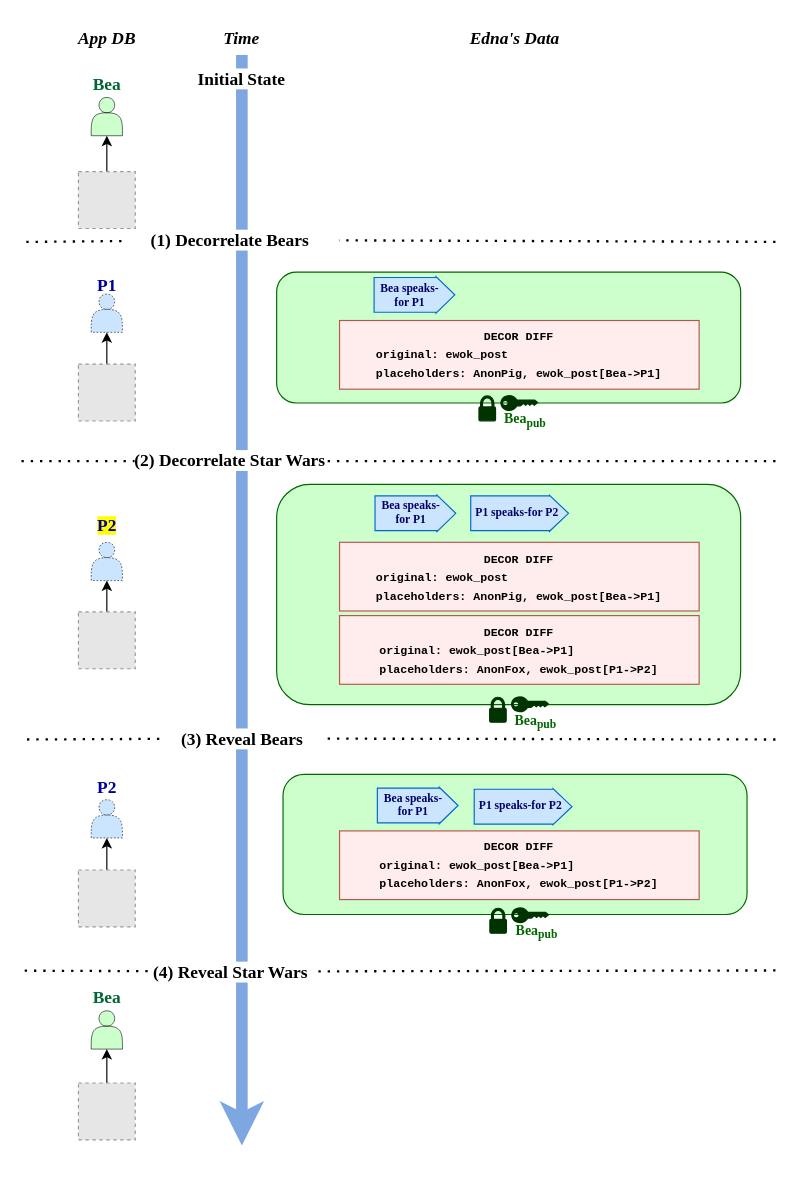
Earlier version of the draw.io diagram page "composition" (20 of 21) of thesis/figs/edna.drawio (tslilyai/thesis). Source tidied: cells renumbered, new cells numbered last; positions are measured from the earlier drawing's top-left corner, leaving out a move shared by most shapes. Both pictures are drawn from the tidied source at 116%, with x=0, y=0 at pixel (21, 20). Pictures stored in the file or linked from it are replaced by grey dashed boxes.
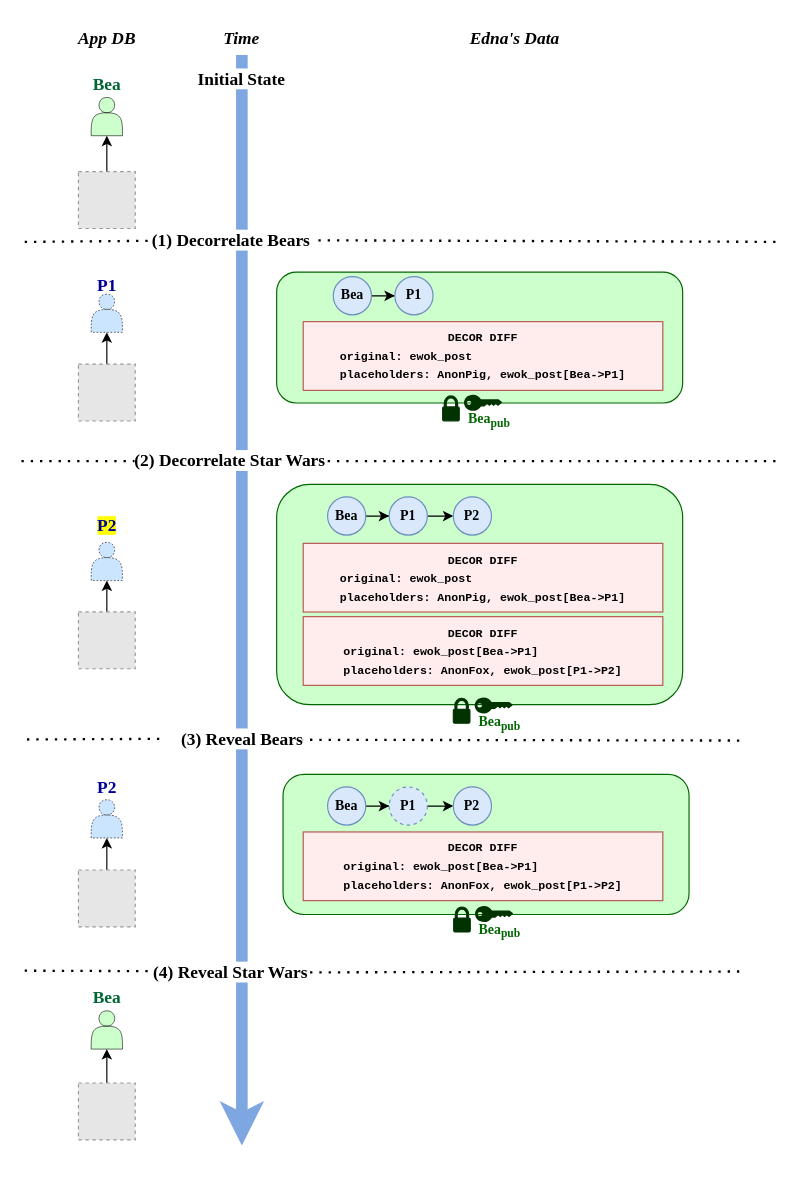
The same diagram, later.

Unchanged cells that the change refers to:
```xml
<mxCell id="14" value="(3) Reveal Bears" style="text;html=1;align=center;verticalAlign=middle;whiteSpace=wrap;rounded=0;fontStyle=1;fontSize=15;fontFamily=Times New Roman;labelBackgroundColor=default;" parent="1" vertex="1">
  <mxGeometry x="118.8" y="609.1" width="142.5" height="20" as="geometry" />
</mxCell>
<mxCell id="16" value="(4) Reveal Star Wars" style="text;html=1;align=center;verticalAlign=middle;whiteSpace=wrap;rounded=0;fontStyle=1;fontSize=15;fontFamily=Times New Roman;labelBackgroundColor=default;" parent="1" vertex="1">
  <mxGeometry x="108.8" y="810" width="142.5" height="20" as="geometry" />
</mxCell>
```

Diff of the diagram source:
```diff
@@
     <mxCell id="10" value="(1)&amp;nbsp;Decorrelate Bears" style="text;html=1;align=center;verticalAlign=middle;whiteSpace=wrap;rounded=0;fontStyle=1;fontSize=15;fontFamily=Times New Roman;labelBackgroundColor=default;spacing=0;" parent="1" vertex="1">
-      <mxGeometry x="86.2" y="179.4" width="187.5" height="20" as="geometry" />
+      <mxGeometry x="108.8" y="179.4" width="143.8" height="20" as="geometry" />
     </mxCell>
@@
-    <mxCell id="13" style="endArrow=none;dashed=1;html=1;dashPattern=1 3;strokeWidth=2;rounded=0;fontSize=15;" parent="1" edge="1" target="14">
+    <mxCell id="13" style="endArrow=none;dashed=1;html=1;dashPattern=1 3;strokeWidth=2;rounded=0;fontSize=15;" parent="1" edge="1">
       <mxGeometry relative="1" as="geometry">
-        <mxPoint x="650" y="620" as="sourcePoint" />
+        <mxPoint x="618.8" y="620.9" as="sourcePoint" />
+        <mxPoint x="230" y="620.2" as="targetPoint" />
       </mxGeometry>
     </mxCell>
@@
-    <mxCell id="15" style="endArrow=none;dashed=1;html=1;dashPattern=1 3;strokeWidth=2;rounded=0;fontSize=15;" parent="1" edge="1" target="16">
+    <mxCell id="15" style="endArrow=none;dashed=1;html=1;dashPattern=1 3;strokeWidth=2;rounded=0;fontSize=15;" parent="1" edge="1">
       <mxGeometry relative="1" as="geometry">
-        <mxPoint x="650" y="819.1" as="sourcePoint" />
+        <mxPoint x="618.8" y="820" as="sourcePoint" />
+        <mxPoint x="220" y="820.8" as="targetPoint" />
       </mxGeometry>
     </mxCell>
@@
     <mxCell id="38" style="rounded=1;whiteSpace=wrap;html=1;fontFamily=Times New Roman;fontSize=9;strokeColor=#006600;strokeWidth=1;fillColor=#CCFFCC;" parent="1" vertex="1">
-      <mxGeometry x="220" y="217.1" width="400" height="112.8" as="geometry" />
+      <mxGeometry x="220" y="217.1" width="350" height="112.8" as="geometry" />
     </mxCell>
     <mxCell id="39" value="&lt;div style=&quot;&quot;&gt;&lt;font style=&quot;font-size: 12px;&quot;&gt;Bea&lt;/font&gt;&lt;sub style=&quot;&quot;&gt;&lt;font style=&quot;font-size: 10px;&quot;&gt;pub&lt;/font&gt;&lt;/sub&gt;&lt;br style=&quot;font-size: 11px;&quot;&gt;&lt;/div&gt;" style="verticalLabelPosition=bottom;sketch=0;html=1;verticalAlign=top;align=center;shape=mxgraph.cisco19.key;fillColor=#003300;strokeColor=#006600;fontSize=11;fontColor=#006600;spacingLeft=10;spacingTop=-7;fontStyle=1;fontFamily=Times New Roman;spacingBottom=3;" parent="1" vertex="1">
-      <mxGeometry x="412.8" y="323" width="32.9" height="13.8" as="geometry" />
+      <mxGeometry x="381.5" y="322.9" width="32.9" height="13.8" as="geometry" />
     </mxCell>
     <mxCell id="40" style="shadow=0;dashed=0;html=1;fillColor=#003300;labelPosition=center;verticalLabelPosition=bottom;verticalAlign=top;align=center;shape=mxgraph.office.security.lock_protected;fontColor=#ffffff;strokeColor=#003300;fontStyle=1;fontFamily=Times New Roman;" parent="1" vertex="1">
-      <mxGeometry x="394.4" y="323.8" width="14.3" height="21.5" as="geometry" />
+      <mxGeometry x="363.1" y="323.8" width="14.3" height="21.5" as="geometry" />
     </mxCell>
     <mxCell id="41" value="&lt;p style=&quot;border-color: var(--border-color); line-height: 50%;&quot;&gt;&lt;font style=&quot;border-color: var(--border-color); font-size: 10px;&quot; face=&quot;Courier New&quot;&gt;&lt;span style=&quot;border-color: var(--border-color);&quot;&gt;DECOR DIFF&lt;/span&gt;&lt;/font&gt;&lt;/p&gt;&lt;p style=&quot;text-align: left; border-color: var(--border-color); line-height: 50%;&quot;&gt;&lt;font style=&quot;font-size: 10px;&quot; face=&quot;Courier New&quot;&gt;original: ewok_post&lt;/font&gt;&lt;/p&gt;&lt;p style=&quot;text-align: left; border-color: var(--border-color); line-height: 50%;&quot;&gt;&lt;span style=&quot;font-family: &amp;quot;Courier New&amp;quot;; background-color: initial;&quot;&gt;&lt;font style=&quot;font-size: 10px;&quot;&gt;placeholders: AnonPig, ewok_post[Bea-&amp;gt;P1]&lt;/font&gt;&lt;/span&gt;&lt;/p&gt;" style="rounded=0;whiteSpace=wrap;html=1;spacing=4;fontSize=10;fontFamily=Times New Roman;fillColor=#FFEDED;strokeColor=#b85450;spacingBottom=0;fontStyle=1;" parent="1" vertex="1">
-      <mxGeometry x="274.2" y="258.8" width="310" height="59.2" as="geometry" />
+      <mxGeometry x="242.9" y="259.8" width="310" height="59.2" as="geometry" />
     </mxCell>
     <mxCell id="42" style="rounded=1;whiteSpace=wrap;html=1;fontFamily=Times New Roman;fontSize=9;strokeColor=#006600;strokeWidth=1;fillColor=#CCFFCC;" parent="1" vertex="1">
-      <mxGeometry x="220" y="400" width="400" height="190" as="geometry" />
+      <mxGeometry x="220" y="400" width="350" height="190" as="geometry" />
     </mxCell>
-    <mxCell id="43" style="shape=flexArrow;endArrow=classic;html=1;rounded=0;width=30;endSize=5.073170731707318;spacing=0;align=left;strokeColor=#0067CF;fillColor=#cce5ff;entryX=1;entryY=0.75;entryDx=0;entryDy=0;endWidth=0.48780487804878053;" parent="1" edge="1">
-      <mxGeometry relative="1" as="geometry">
-        <mxPoint x="304.3" y="425" as="sourcePoint" />
-        <mxPoint x="374.9" y="425" as="targetPoint" />
-      </mxGeometry>
-    </mxCell>
     <mxCell id="44" value="&lt;div style=&quot;&quot;&gt;&lt;font style=&quot;font-size: 12px;&quot;&gt;Bea&lt;/font&gt;&lt;sub style=&quot;&quot;&gt;&lt;font style=&quot;font-size: 10px;&quot;&gt;pub&lt;/font&gt;&lt;/sub&gt;&lt;br style=&quot;font-size: 11px;&quot;&gt;&lt;/div&gt;" style="verticalLabelPosition=bottom;sketch=0;html=1;verticalAlign=top;align=center;shape=mxgraph.cisco19.key;fillColor=#003300;strokeColor=#006600;fontSize=11;fontColor=#006600;spacingLeft=10;spacingTop=-7;fontStyle=1;fontFamily=Times New Roman;spacingBottom=3;" parent="1" vertex="1">
-      <mxGeometry x="422" y="582.8" width="32.9" height="13.8" as="geometry" />
+      <mxGeometry x="390.7" y="583.7" width="32.9" height="13.8" as="geometry" />
     </mxCell>
     <mxCell id="45" style="shadow=0;dashed=0;html=1;fillColor=#003300;labelPosition=center;verticalLabelPosition=bottom;verticalAlign=top;align=center;shape=mxgraph.office.security.lock_protected;fontColor=#ffffff;strokeColor=#003300;fontStyle=1;fontFamily=Times New Roman;" parent="1" vertex="1">
-      <mxGeometry x="403.6" y="583.6" width="14.3" height="21.5" as="geometry" />
+      <mxGeometry x="372.3" y="584.5" width="14.3" height="21.5" as="geometry" />
     </mxCell>
     <mxCell id="46" value="&lt;p style=&quot;border-color: var(--border-color); line-height: 50%;&quot;&gt;&lt;font style=&quot;border-color: var(--border-color); font-size: 10px;&quot; face=&quot;Courier New&quot;&gt;&lt;span style=&quot;border-color: var(--border-color);&quot;&gt;DECOR DIFF&lt;/span&gt;&lt;/font&gt;&lt;/p&gt;&lt;p style=&quot;text-align: left; border-color: var(--border-color); line-height: 50%;&quot;&gt;&lt;font style=&quot;font-size: 10px;&quot; face=&quot;Courier New&quot;&gt;original: ewok_post&lt;/font&gt;&lt;/p&gt;&lt;p style=&quot;text-align: left; border-color: var(--border-color); line-height: 50%;&quot;&gt;&lt;span style=&quot;font-family: &amp;quot;Courier New&amp;quot;; background-color: initial;&quot;&gt;&lt;font style=&quot;font-size: 10px;&quot;&gt;placeholders: AnonPig, ewok_post[Bea-&amp;gt;P1]&lt;/font&gt;&lt;/span&gt;&lt;/p&gt;" style="rounded=0;whiteSpace=wrap;html=1;spacing=4;fontSize=10;fontFamily=Times New Roman;fillColor=#FFEDED;strokeColor=#b85450;spacingBottom=0;fontStyle=1;" parent="1" vertex="1">
-      <mxGeometry x="274.2" y="450" width="310" height="59.2" as="geometry" />
+      <mxGeometry x="242.9" y="450.9" width="310" height="59.2" as="geometry" />
     </mxCell>
-    <mxCell id="47" style="shape=flexArrow;endArrow=classic;html=1;rounded=0;width=30;endSize=5.121951219512195;spacing=0;align=left;strokeColor=#0067CF;fillColor=#cce5ff;endWidth=0;" parent="1" edge="1">
-      <mxGeometry relative="1" as="geometry">
-        <mxPoint x="386.8" y="425" as="sourcePoint" />
-        <mxPoint x="472.1" y="425" as="targetPoint" />
-      </mxGeometry>
-    </mxCell>
-    <mxCell id="48" style="shape=flexArrow;endArrow=classic;html=1;rounded=0;width=30;endSize=5.073170731707318;spacing=0;align=left;strokeColor=#0067CF;fillColor=#cce5ff;entryX=1;entryY=0.75;entryDx=0;entryDy=0;endWidth=0.48780487804878053;" parent="1" edge="1">
-      <mxGeometry relative="1" as="geometry">
-        <mxPoint x="303.5" y="236.7" as="sourcePoint" />
-        <mxPoint x="374.1" y="236.7" as="targetPoint" />
-      </mxGeometry>
-    </mxCell>
     <mxCell id="49" value="&lt;p style=&quot;border-color: var(--border-color); line-height: 50%;&quot;&gt;&lt;font style=&quot;border-color: var(--border-color); font-size: 10px;&quot; face=&quot;Courier New&quot;&gt;&lt;span style=&quot;border-color: var(--border-color);&quot;&gt;DECOR DIFF&lt;/span&gt;&lt;/font&gt;&lt;/p&gt;&lt;p style=&quot;text-align: left; border-color: var(--border-color); line-height: 50%;&quot;&gt;&lt;font style=&quot;font-size: 10px;&quot; face=&quot;Courier New&quot;&gt;original: ewok_post[Bea-&amp;gt;P1]&lt;/font&gt;&lt;/p&gt;&lt;p style=&quot;text-align: left; border-color: var(--border-color); line-height: 50%;&quot;&gt;&lt;span style=&quot;font-family: &amp;quot;Courier New&amp;quot;; background-color: initial;&quot;&gt;&lt;font style=&quot;font-size: 10px;&quot;&gt;placeholders: AnonFox, ewok_post[P1-&amp;gt;P2]&lt;/font&gt;&lt;/span&gt;&lt;/p&gt;" style="rounded=0;whiteSpace=wrap;html=1;spacing=4;fontSize=10;fontFamily=Times New Roman;fillColor=#FFEDED;strokeColor=#b85450;spacingBottom=0;fontStyle=1;" parent="1" vertex="1">
-      <mxGeometry x="274.2" y="513.2" width="310" height="59.2" as="geometry" />
+      <mxGeometry x="242.9" y="514.1" width="310" height="59.2" as="geometry" />
     </mxCell>
     <mxCell id="50" style="rounded=1;whiteSpace=wrap;html=1;fontFamily=Times New Roman;fontSize=9;strokeColor=#006600;strokeWidth=1;fillColor=#CCFFCC;" parent="1" vertex="1">
-      <mxGeometry x="225.5" y="650" width="400" height="120.9" as="geometry" />
+      <mxGeometry x="225.5" y="650" width="350" height="120.9" as="geometry" />
     </mxCell>
     <mxCell id="51" value="&lt;p style=&quot;border-color: var(--border-color); line-height: 50%;&quot;&gt;&lt;font style=&quot;border-color: var(--border-color); font-size: 10px;&quot; face=&quot;Courier New&quot;&gt;&lt;span style=&quot;border-color: var(--border-color);&quot;&gt;DECOR DIFF&lt;/span&gt;&lt;/font&gt;&lt;/p&gt;&lt;p style=&quot;text-align: left; border-color: var(--border-color); line-height: 50%;&quot;&gt;&lt;font style=&quot;font-size: 10px;&quot; face=&quot;Courier New&quot;&gt;original: ewok_post[Bea-&amp;gt;P1]&lt;/font&gt;&lt;/p&gt;&lt;p style=&quot;text-align: left; border-color: var(--border-color); line-height: 50%;&quot;&gt;&lt;span style=&quot;font-family: &amp;quot;Courier New&amp;quot;; background-color: initial;&quot;&gt;&lt;font style=&quot;font-size: 10px;&quot;&gt;placeholders: AnonFox, ewok_post[P1-&amp;gt;P2]&lt;/font&gt;&lt;/span&gt;&lt;/p&gt;" style="rounded=0;whiteSpace=wrap;html=1;spacing=4;fontSize=10;fontFamily=Times New Roman;fillColor=#FFEDED;strokeColor=#b85450;spacingBottom=0;fontStyle=1;" parent="1" vertex="1">
-      <mxGeometry x="274.2" y="698.8" width="310" height="59.2" as="geometry" />
+      <mxGeometry x="242.9" y="699.7" width="310" height="59.2" as="geometry" />
     </mxCell>
     <mxCell id="52" value="&lt;div style=&quot;&quot;&gt;&lt;font style=&quot;font-size: 12px;&quot;&gt;Bea&lt;/font&gt;&lt;sub style=&quot;&quot;&gt;&lt;font style=&quot;font-size: 10px;&quot;&gt;pub&lt;/font&gt;&lt;/sub&gt;&lt;br style=&quot;font-size: 11px;&quot;&gt;&lt;/div&gt;" style="verticalLabelPosition=bottom;sketch=0;html=1;verticalAlign=top;align=center;shape=mxgraph.cisco19.key;fillColor=#003300;strokeColor=#006600;fontSize=11;fontColor=#006600;spacingLeft=10;spacingTop=-7;fontStyle=1;fontFamily=Times New Roman;spacingBottom=3;" parent="1" vertex="1">
-      <mxGeometry x="422.2" y="764.6" width="32.9" height="13.8" as="geometry" />
+      <mxGeometry x="391" y="763.6" width="32.9" height="13.8" as="geometry" />
     </mxCell>
     <mxCell id="53" style="shadow=0;dashed=0;html=1;fillColor=#003300;labelPosition=center;verticalLabelPosition=bottom;verticalAlign=top;align=center;shape=mxgraph.office.security.lock_protected;fontColor=#ffffff;strokeColor=#003300;fontStyle=1;fontFamily=Times New Roman;" parent="1" vertex="1">
-      <mxGeometry x="403.8" y="765.5" width="14.3" height="21.5" as="geometry" />
+      <mxGeometry x="372.6" y="764.4" width="14.3" height="21.5" as="geometry" />
     </mxCell>
-    <mxCell id="54" style="shape=flexArrow;endArrow=classic;html=1;rounded=0;width=30;endSize=5.073170731707318;spacing=0;align=left;strokeColor=#0067CF;fillColor=#cce5ff;entryX=1;entryY=0.75;entryDx=0;entryDy=0;endWidth=0.48780487804878053;" parent="1" edge="1">
-      <mxGeometry relative="1" as="geometry">
-        <mxPoint x="306.3" y="676.9" as="sourcePoint" />
-        <mxPoint x="376.9" y="676.9" as="targetPoint" />
-      </mxGeometry>
-    </mxCell>
-    <mxCell id="55" value="Bea speaks-for P1" style="text;fontSize=10;fontFamily=Times New Roman;align=center;whiteSpace=wrap;html=1;fontColor=#000066;fontStyle=1;" parent="1" vertex="1">
-      <mxGeometry x="308.4" y="657.9" width="59.6" height="20" as="geometry" />
-    </mxCell>
-    <mxCell id="56" style="shape=flexArrow;endArrow=classic;html=1;rounded=0;width=30;endSize=5.121951219512195;spacing=0;align=left;strokeColor=#0067CF;fillColor=#cce5ff;endWidth=0;" parent="1" edge="1">
-      <mxGeometry relative="1" as="geometry">
-        <mxPoint x="389.8" y="677.9" as="sourcePoint" />
-        <mxPoint x="475.1" y="677.9" as="targetPoint" />
-      </mxGeometry>
-    </mxCell>
-    <mxCell id="57" value="P1 speaks-for P2" style="text;fontSize=10;fontFamily=Times New Roman;align=center;whiteSpace=wrap;html=1;fontColor=#000066;fontStyle=1;" parent="1" vertex="1">
-      <mxGeometry x="388.9" y="663.9" width="83.2" height="20" as="geometry" />
-    </mxCell>
-    <mxCell id="58" value="Bea speaks-for P1" style="text;fontSize=10;fontFamily=Times New Roman;align=center;whiteSpace=wrap;html=1;fontColor=#000066;fontStyle=1;" parent="1" vertex="1">
-      <mxGeometry x="305.6" y="406" width="59.6" height="20" as="geometry" />
-    </mxCell>
-    <mxCell id="59" value="P1 speaks-for P2" style="text;fontSize=10;fontFamily=Times New Roman;align=center;whiteSpace=wrap;html=1;fontColor=#000066;fontStyle=1;" parent="1" vertex="1">
-      <mxGeometry x="386.1" y="412" width="83.2" height="20" as="geometry" />
-    </mxCell>
-    <mxCell id="60" value="Bea speaks-for P1" style="text;fontSize=10;fontFamily=Times New Roman;align=center;whiteSpace=wrap;html=1;fontColor=#000066;fontStyle=1;" parent="1" vertex="1">
-      <mxGeometry x="305.2" y="219.2" width="59.6" height="20" as="geometry" />
-    </mxCell>
+    <mxCell id="61" style="edgeStyle=orthogonalEdgeStyle;rounded=0;jettySize=auto;html=1;" parent="1" edge="1" source="62" target="63">
+      <mxGeometry relative="1" as="geometry" />
+    </mxCell>
+    <mxCell id="62" value="&lt;font face=&quot;Times New Roman&quot;&gt;Bea&lt;/font&gt;" style="ellipse;whiteSpace=wrap;html=1;fontStyle=1;fillColor=#dae8fc;strokeColor=#6c8ebf;" parent="1" vertex="1">
+      <mxGeometry x="268.8" y="221" width="32.9" height="32.9" as="geometry" />
+    </mxCell>
+    <mxCell id="63" value="&lt;font face=&quot;Times New Roman&quot;&gt;P1&lt;/font&gt;" style="ellipse;whiteSpace=wrap;html=1;fontStyle=1;fillColor=#dae8fc;strokeColor=#6c8ebf;" parent="1" vertex="1">
+      <mxGeometry x="321.9" y="221" width="32.9" height="32.9" as="geometry" />
+    </mxCell>
+    <mxCell id="64" style="edgeStyle=orthogonalEdgeStyle;rounded=0;jettySize=auto;html=1;" parent="1" edge="1" source="65" target="67">
+      <mxGeometry relative="1" as="geometry" />
+    </mxCell>
+    <mxCell id="65" value="&lt;font face=&quot;Times New Roman&quot;&gt;Bea&lt;/font&gt;" style="ellipse;whiteSpace=wrap;html=1;fontStyle=1;fillColor=#dae8fc;strokeColor=#6c8ebf;" parent="1" vertex="1">
+      <mxGeometry x="263.9" y="410.9" width="32.9" height="32.9" as="geometry" />
+    </mxCell>
+    <mxCell id="66" style="edgeStyle=orthogonalEdgeStyle;rounded=0;jettySize=auto;html=1;" parent="1" edge="1" source="67" target="68">
+      <mxGeometry relative="1" as="geometry" />
+    </mxCell>
+    <mxCell id="67" value="&lt;font face=&quot;Times New Roman&quot;&gt;P1&lt;/font&gt;" style="ellipse;whiteSpace=wrap;html=1;fontStyle=1;fillColor=#dae8fc;strokeColor=#6c8ebf;" parent="1" vertex="1">
+      <mxGeometry x="317" y="410.9" width="32.9" height="32.9" as="geometry" />
+    </mxCell>
+    <mxCell id="68" value="&lt;font face=&quot;Times New Roman&quot;&gt;P2&lt;/font&gt;" style="ellipse;whiteSpace=wrap;html=1;fontStyle=1;fillColor=#dae8fc;strokeColor=#6c8ebf;" parent="1" vertex="1">
+      <mxGeometry x="372.3" y="410.9" width="32.9" height="32.9" as="geometry" />
+    </mxCell>
+    <mxCell id="69" style="edgeStyle=orthogonalEdgeStyle;rounded=0;jettySize=auto;html=1;" parent="1" edge="1" source="70" target="72">
+      <mxGeometry relative="1" as="geometry" />
+    </mxCell>
+    <mxCell id="70" value="&lt;font face=&quot;Times New Roman&quot;&gt;Bea&lt;/font&gt;" style="ellipse;whiteSpace=wrap;html=1;fontStyle=1;fillColor=#dae8fc;strokeColor=#6c8ebf;" parent="1" vertex="1">
+      <mxGeometry x="263.9" y="660.9" width="32.9" height="32.9" as="geometry" />
+    </mxCell>
+    <mxCell id="71" style="edgeStyle=orthogonalEdgeStyle;rounded=0;jettySize=auto;html=1;" parent="1" edge="1" source="72" target="73">
+      <mxGeometry relative="1" as="geometry" />
+    </mxCell>
+    <mxCell id="72" value="&lt;font face=&quot;Times New Roman&quot;&gt;P1&lt;/font&gt;" style="ellipse;whiteSpace=wrap;html=1;fontStyle=1;fillColor=#dae8fc;strokeColor=#6c8ebf;dashed=1;" parent="1" vertex="1">
+      <mxGeometry x="317" y="660.9" width="32.9" height="32.9" as="geometry" />
+    </mxCell>
+    <mxCell id="73" value="&lt;font face=&quot;Times New Roman&quot;&gt;P2&lt;/font&gt;" style="ellipse;whiteSpace=wrap;html=1;fontStyle=1;fillColor=#dae8fc;strokeColor=#6c8ebf;" parent="1" vertex="1">
+      <mxGeometry x="372.3" y="660.9" width="32.9" height="32.9" as="geometry" />
+    </mxCell>
```
